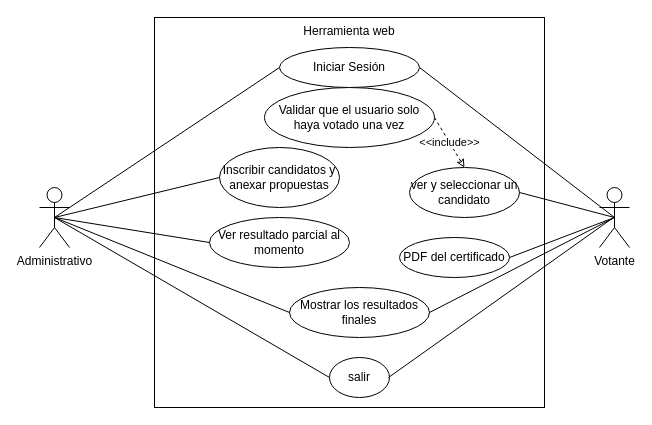
Earlier version of the draw.io diagram Casa de uso MS.drawio (Andres-Nicolas/Diagramas). Source tidied: cells renumbered, new cells numbered last; positions are measured from the earlier drawing's top-left corner, leaving out a move shared by most shapes. Both pictures are drawn from the tidied source at 100%, with x=0, y=0 at pixel (39, 17).
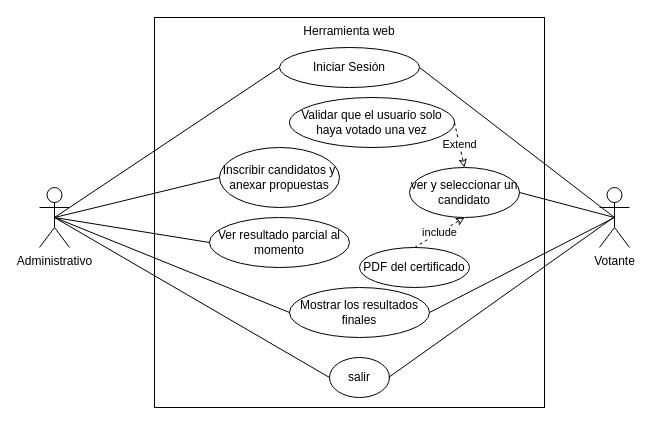
After the change.

The change refers to these unchanged cells:
```xml
<mxCell id="5" value="Votante" style="shape=umlActor;verticalLabelPosition=bottom;verticalAlign=top;html=1;outlineConnect=0;" parent="1" vertex="1">
  <mxGeometry x="560" y="170" width="30" height="60" as="geometry" />
</mxCell>
<mxCell id="13" value="ver y seleccionar un candidato" style="ellipse;whiteSpace=wrap;html=1;" parent="1" vertex="1">
  <mxGeometry x="370" y="150" width="110" height="50" as="geometry" />
</mxCell>
```

The edit, as a diff of the source:
```diff
@@
     <mxCell id="8" value="PDF del certificado" style="ellipse;whiteSpace=wrap;html=1;" parent="1" vertex="1">
-      <mxGeometry x="360" y="220" width="110" height="40" as="geometry" />
+      <mxGeometry x="320" y="230" width="110" height="40" as="geometry" />
     </mxCell>
@@
-    <mxCell id="16" style="rounded=0;jettySize=auto;html=1;entryX=1;entryY=0.5;entryDx=0;entryDy=0;exitX=0.5;exitY=0.5;exitDx=0;exitDy=0;exitPerimeter=0;endArrow=none;endFill=0;" parent="1" edge="1" source="5" target="8">
-      <mxGeometry relative="1" as="geometry" />
-    </mxCell>
@@
     <mxCell id="22" value="Validar que el usuario solo haya votado una vez" style="ellipse;whiteSpace=wrap;html=1;" parent="1" vertex="1">
-      <mxGeometry x="225" y="70" width="170" height="60" as="geometry" />
+      <mxGeometry x="250" y="80" width="165" height="50" as="geometry" />
     </mxCell>
-    <mxCell id="23" value="&amp;lt;&amp;lt;include&amp;gt;&amp;gt;" style="endArrow=classic;dashed=1;html=1;rounded=0;exitX=1;exitY=0.5;exitDx=0;exitDy=0;entryX=0.5;entryY=0;entryDx=0;entryDy=0;endFill=0;" parent="1" edge="1" source="22" target="13">
+    <mxCell id="23" value="Extend" style="endArrow=classic;dashed=1;html=1;rounded=0;exitX=1;exitY=0.5;exitDx=0;exitDy=0;entryX=0.5;entryY=0;entryDx=0;entryDy=0;endFill=0;" parent="1" edge="1" source="22" target="13">
       <mxGeometry relative="1" as="geometry" />
     </mxCell>
+    <mxCell id="24" value="include" style="endArrow=classic;dashed=1;html=1;rounded=0;exitX=0.5;exitY=0;exitDx=0;exitDy=0;entryX=0.5;entryY=1;entryDx=0;entryDy=0;endFill=0;" parent="1" edge="1" source="8" target="13">
+      <mxGeometry relative="1" as="geometry" />
+    </mxCell>
```
